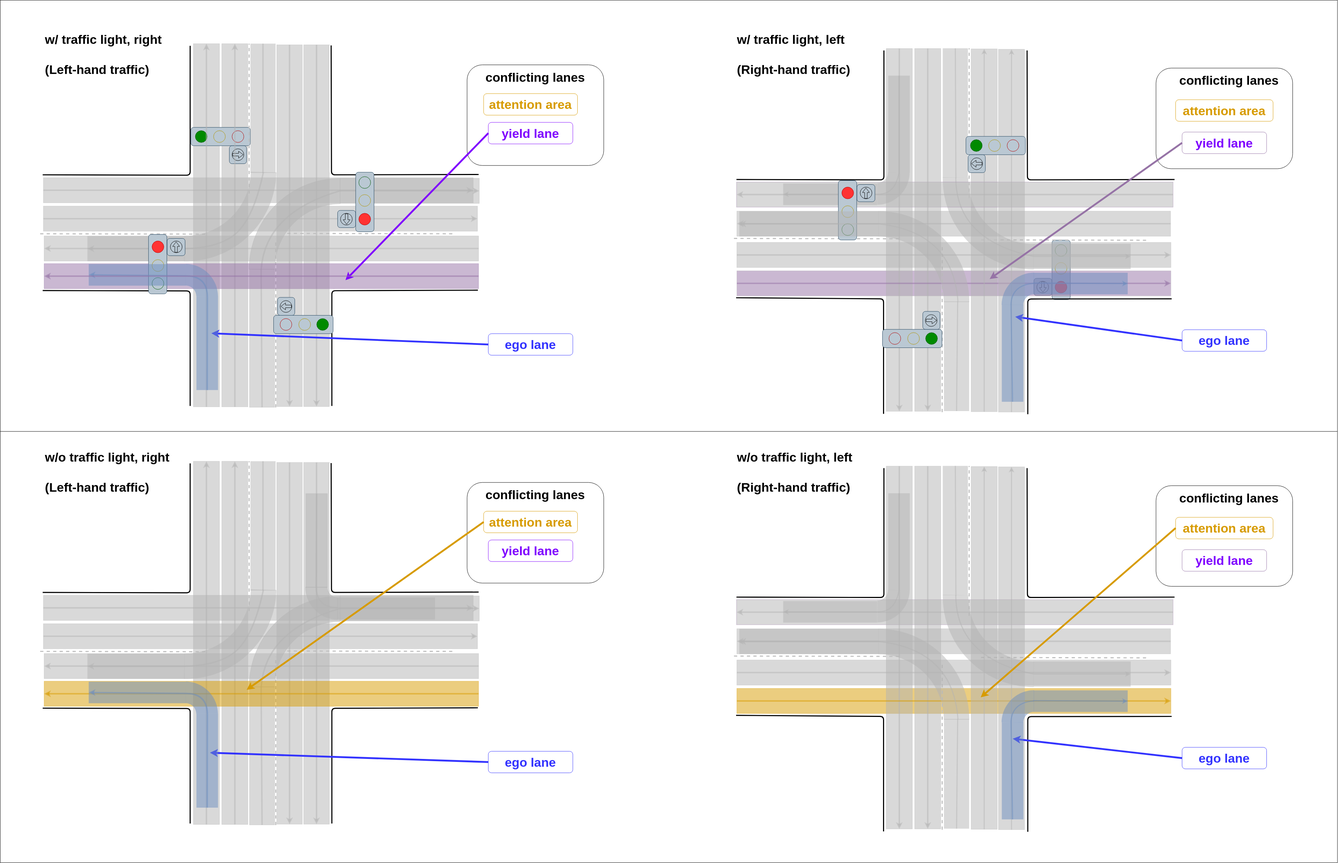
The draw.io diagram main/planning/behavior_velocity_intersection_module/docs/intersection-attention-ll-rr.drawio.svg in cyn-liu/autoware.universe, before a commit. Source tidied: cells renumbered, new cells last; positions are measured from the earlier drawing's top-left corner, leaving out a move shared by most shapes.
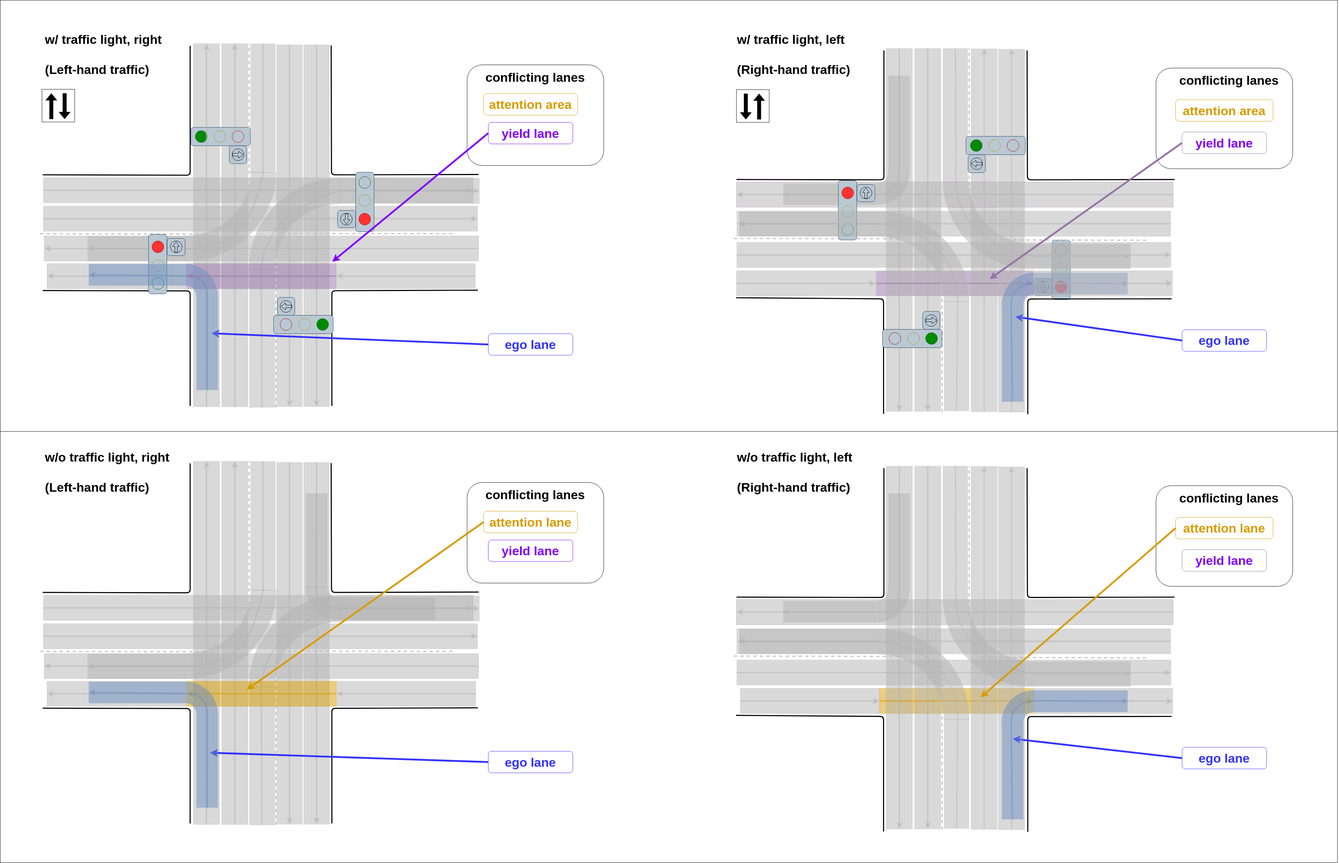
Later version of the same file.

What changed in the source:
```diff
@@ -2,11 +2,29 @@
   <root>
     <mxCell id="0" />
     <mxCell id="1" parent="0" />
+    <mxCell id="315" style="rounded=0;whiteSpace=wrap;html=1;fillColor=#B3B3B3;rotation=-180;strokeColor=#B3B3B3;opacity=50;direction=west;" parent="1" vertex="1">
+      <mxGeometry x="2873" y="1915" width="387" height="70" as="geometry" />
+    </mxCell>
+    <mxCell id="316" style="endArrow=classic;html=1;rounded=0;strokeColor=#B3B3B3;strokeWidth=4;opacity=50;entryX=1;entryY=0.5;entryDx=0;entryDy=0;endFill=1;exitX=0;exitY=0.5;exitDx=0;exitDy=0;" parent="1" edge="1" source="315" target="315">
+      <mxGeometry relative="1" as="geometry" />
+    </mxCell>
+    <mxCell id="317" style="rounded=0;whiteSpace=wrap;html=1;fillColor=#B3B3B3;rotation=-180;strokeColor=#B3B3B3;opacity=50;" parent="1" vertex="1">
+      <mxGeometry x="130" y="1895" width="387" height="70" as="geometry" />
+    </mxCell>
+    <mxCell id="318" style="endArrow=classic;html=1;rounded=0;strokeColor=#B3B3B3;strokeWidth=4;opacity=50;entryX=1;entryY=0.5;entryDx=0;entryDy=0;endFill=1;exitX=0;exitY=0.5;exitDx=0;exitDy=0;" parent="1" edge="1" source="317" target="317">
+      <mxGeometry relative="1" as="geometry" />
+    </mxCell>
+    <mxCell id="319" style="rounded=0;whiteSpace=wrap;html=1;fillColor=#B3B3B3;rotation=-180;strokeColor=#B3B3B3;opacity=50;" parent="1" vertex="1">
+      <mxGeometry x="130" y="733" width="387" height="70" as="geometry" />
+    </mxCell>
+    <mxCell id="320" style="endArrow=classic;html=1;rounded=0;strokeColor=#B3B3B3;strokeWidth=4;opacity=50;entryX=1;entryY=0.5;entryDx=0;entryDy=0;endFill=1;exitX=0;exitY=0.5;exitDx=0;exitDy=0;" parent="1" edge="1" source="319" target="319">
+      <mxGeometry relative="1" as="geometry" />
+    </mxCell>
     <mxCell id="2" style="rounded=0;whiteSpace=wrap;html=1;fillColor=none;" parent="1" vertex="1">
       <mxGeometry width="3718" height="2400" as="geometry" />
     </mxCell>
     <mxCell id="3" style="rounded=0;whiteSpace=wrap;html=1;fillColor=#D79B00;rotation=-180;strokeColor=#D79B00;opacity=50;direction=west;" parent="1" vertex="1">
-      <mxGeometry x="2048" y="1915" width="1207" height="69.9" as="geometry" />
+      <mxGeometry x="2445" y="1915" width="427" height="69.9" as="geometry" />
     </mxCell>
     <mxCell id="4" style="group;direction=west;rotation=90;" parent="1" vertex="1">
       <mxGeometry x="2841" y="699" width="165.6" height="102" as="geometry" />
@@ -64,7 +82,7 @@
       <mxGeometry relative="1" as="geometry" />
     </mxCell>
     <mxCell id="20" style="rounded=0;whiteSpace=wrap;html=1;fillColor=#9673A6;rotation=-180;strokeColor=#B3B3B3;opacity=50;direction=west;" parent="1" vertex="1">
-      <mxGeometry x="2048" y="753" width="1207" height="69.9" as="geometry" />
+      <mxGeometry x="2435" y="753" width="437" height="69.9" as="geometry" />
     </mxCell>
     <mxCell id="21" style="rounded=0;whiteSpace=wrap;html=1;fillColor=#B3B3B3;rotation=-90;fontColor=#333333;strokeColor=#B3B3B3;opacity=50;direction=west;" parent="1" vertex="1">
       <mxGeometry x="2231" y="604" width="1009.5" height="72.6" as="geometry" />
@@ -214,16 +232,6 @@
         </Array>
       </mxGeometry>
     </mxCell>
-    <mxCell id="56" style="endArrow=classic;html=1;dashed=1;edgeStyle=orthogonalEdgeStyle;elbow=vertical;strokeColor=none;rounded=0;" parent="1" edge="1">
-      <mxGeometry relative="1" as="geometry">
-        <mxPoint x="1328" y="660" as="sourcePoint" />
-        <mxPoint x="1568" y="670" as="targetPoint" />
-        <Array as="points">
-          <mxPoint x="1328" y="930" />
-          <mxPoint x="1568" y="930" />
-        </Array>
-      </mxGeometry>
-    </mxCell>
     <mxCell id="57" style="rounded=0;whiteSpace=wrap;html=1;fillColor=#B3B3B3;rotation=90;fontColor=#333333;strokeColor=#B3B3B3;opacity=50;" parent="1" vertex="1">
       <mxGeometry x="68" y="590" width="1010.5" height="72.6" as="geometry" />
     </mxCell>
@@ -300,7 +308,7 @@
       <mxGeometry x="120" y="573" width="1207" height="69.9" as="geometry" />
     </mxCell>
     <mxCell id="78" style="rounded=0;whiteSpace=wrap;html=1;fillColor=#9673A6;rotation=-180;strokeColor=#9673A6;opacity=50;" parent="1" vertex="1">
-      <mxGeometry x="122" y="733" width="1208" height="69.9" as="geometry" />
+      <mxGeometry x="518" y="733" width="416" height="69.9" as="geometry" />
     </mxCell>
     <mxCell id="79" style="group;" parent="1" vertex="1">
       <mxGeometry x="156" y="115" width="716.7" height="716.7" as="geometry" />
@@ -379,16 +387,6 @@
         </Array>
       </mxGeometry>
     </mxCell>
-    <mxCell id="94" style="endArrow=classic;html=1;dashed=1;edgeStyle=orthogonalEdgeStyle;elbow=vertical;strokeColor=none;rounded=0;" parent="1" edge="1">
-      <mxGeometry relative="1" as="geometry">
-        <mxPoint x="3257" y="392" as="sourcePoint" />
-        <mxPoint x="3497" y="402" as="targetPoint" />
-        <Array as="points">
-          <mxPoint x="3257" y="662" />
-          <mxPoint x="3497" y="662" />
-        </Array>
-      </mxGeometry>
-    </mxCell>
     <mxCell id="95" style="rounded=0;whiteSpace=wrap;html=1;fillColor=#B3B3B3;rotation=90;strokeColor=#B3B3B3;opacity=50;direction=west;" parent="1" vertex="1">
       <mxGeometry x="1995" y="603" width="1009.5" height="72.6" as="geometry" />
     </mxCell>
@@ -514,7 +512,7 @@
     </mxCell>
     <mxCell id="130" style="endArrow=classic;html=1;rounded=0;strokeColor=#7F00FF;strokeWidth=5;fontSize=35;fontColor=#7F00FF;exitX=0;exitY=0.5;exitDx=0;exitDy=0;" parent="1" edge="1" source="129">
       <mxGeometry relative="1" as="geometry">
-        <mxPoint x="960" y="779" as="targetPoint" />
+        <mxPoint x="923" y="728" as="targetPoint" />
       </mxGeometry>
     </mxCell>
     <mxCell id="131" value="&lt;b style=&quot;&quot;&gt;attention area&lt;/b&gt;" style="rounded=1;whiteSpace=wrap;html=1;labelBackgroundColor=#FFFFFF;strokeColor=#D79B00;fontSize=35;fontColor=#D79B00;fillColor=none;" parent="1" vertex="1">
@@ -752,16 +750,6 @@
         </Array>
       </mxGeometry>
     </mxCell>
-    <mxCell id="194" style="endArrow=classic;html=1;dashed=1;edgeStyle=orthogonalEdgeStyle;elbow=vertical;strokeColor=none;rounded=0;" parent="1" edge="1">
-      <mxGeometry relative="1" as="geometry">
-        <mxPoint x="1328" y="1822" as="sourcePoint" />
-        <mxPoint x="1568" y="1832" as="targetPoint" />
-        <Array as="points">
-          <mxPoint x="1328" y="2092" />
-          <mxPoint x="1568" y="2092" />
-        </Array>
-      </mxGeometry>
-    </mxCell>
     <mxCell id="195" style="rounded=0;whiteSpace=wrap;html=1;fillColor=#B3B3B3;rotation=90;fontColor=#333333;strokeColor=#B3B3B3;opacity=50;" parent="1" vertex="1">
       <mxGeometry x="68" y="1752" width="1010.5" height="72.6" as="geometry" />
     </mxCell>
@@ -811,7 +799,7 @@
       <mxGeometry x="120" y="1735" width="1207" height="69.9" as="geometry" />
     </mxCell>
     <mxCell id="208" style="rounded=0;whiteSpace=wrap;html=1;fillColor=#D79B00;rotation=-180;strokeColor=#D79B00;opacity=50;" parent="1" vertex="1">
-      <mxGeometry x="122" y="1895" width="1208" height="69.9" as="geometry" />
+      <mxGeometry x="518" y="1895" width="416" height="69.9" as="geometry" />
     </mxCell>
     <mxCell id="209" style="endArrow=classic;html=1;rounded=0;strokeColor=#D79B00;strokeWidth=4;opacity=50;exitX=0;exitY=0.5;exitDx=0;exitDy=0;entryX=1;entryY=0.5;entryDx=0;entryDy=0;" parent="1" edge="1" source="208" target="208">
       <mxGeometry relative="1" as="geometry" />
@@ -893,16 +881,6 @@
         </Array>
       </mxGeometry>
     </mxCell>
-    <mxCell id="225" style="endArrow=classic;html=1;dashed=1;edgeStyle=orthogonalEdgeStyle;elbow=vertical;strokeColor=none;rounded=0;" parent="1" edge="1">
-      <mxGeometry relative="1" as="geometry">
-        <mxPoint x="3257" y="1554" as="sourcePoint" />
-        <mxPoint x="3497" y="1564" as="targetPoint" />
-        <Array as="points">
-          <mxPoint x="3257" y="1824" />
-          <mxPoint x="3497" y="1824" />
-        </Array>
-      </mxGeometry>
-    </mxCell>
     <mxCell id="226" style="rounded=0;whiteSpace=wrap;html=1;fillColor=#B3B3B3;rotation=90;strokeColor=#B3B3B3;opacity=50;direction=west;" parent="1" vertex="1">
       <mxGeometry x="1995" y="1765" width="1009.5" height="72.6" as="geometry" />
     </mxCell>
@@ -999,7 +977,7 @@
     <mxCell id="252" value="&lt;b style=&quot;&quot;&gt;&lt;font color=&quot;#7f00ff&quot;&gt;yield lane&lt;/font&gt;&lt;/b&gt;" style="rounded=1;whiteSpace=wrap;html=1;labelBackgroundColor=#FFFFFF;strokeColor=#7F00FF;fontSize=35;fontColor=#D79B00;fillColor=none;" parent="1" vertex="1">
       <mxGeometry x="1357" y="1502" width="235" height="60" as="geometry" />
     </mxCell>
-    <mxCell id="253" value="&lt;b style=&quot;&quot;&gt;attention area&lt;/b&gt;" style="rounded=1;whiteSpace=wrap;html=1;labelBackgroundColor=#FFFFFF;strokeColor=#D79B00;fontSize=35;fontColor=#D79B00;fillColor=none;" parent="1" vertex="1">
+    <mxCell id="253" value="&lt;b style=&quot;&quot;&gt;attention lane&lt;/b&gt;" style="rounded=1;whiteSpace=wrap;html=1;labelBackgroundColor=#FFFFFF;strokeColor=#D79B00;fontSize=35;fontColor=#D79B00;fillColor=none;" parent="1" vertex="1">
       <mxGeometry x="1344" y="1422" width="261" height="60" as="geometry" />
     </mxCell>
     <mxCell id="254" style="endArrow=classic;html=1;rounded=0;strokeColor=#D79B00;strokeWidth=5;fontSize=35;fontColor=#D79B00;exitX=0;exitY=0.5;exitDx=0;exitDy=0;" parent="1" edge="1" source="253">
@@ -1044,7 +1022,7 @@
     <mxCell id="265" value="&lt;b style=&quot;&quot;&gt;&lt;font color=&quot;#7f00ff&quot;&gt;yield lane&lt;/font&gt;&lt;/b&gt;" style="rounded=1;whiteSpace=wrap;html=1;labelBackgroundColor=#FFFFFF;strokeColor=#9673A6;fontSize=35;fontColor=#D79B00;fillColor=none;" parent="1" vertex="1">
       <mxGeometry x="3286" y="1529" width="235" height="60" as="geometry" />
     </mxCell>
-    <mxCell id="266" value="&lt;b style=&quot;&quot;&gt;attention area&lt;/b&gt;" style="rounded=1;whiteSpace=wrap;html=1;labelBackgroundColor=#FFFFFF;strokeColor=#D79B00;fontSize=35;fontColor=#D79B00;fillColor=none;" parent="1" vertex="1">
+    <mxCell id="266" value="&lt;b style=&quot;&quot;&gt;attention lane&lt;/b&gt;" style="rounded=1;whiteSpace=wrap;html=1;labelBackgroundColor=#FFFFFF;strokeColor=#D79B00;fontSize=35;fontColor=#D79B00;fillColor=none;" parent="1" vertex="1">
       <mxGeometry x="3268" y="1439" width="271" height="60" as="geometry" />
     </mxCell>
     <mxCell id="267" style="endArrow=classic;html=1;rounded=0;strokeColor=#3333FF;fontSize=35;fontColor=#3333FF;exitX=0;exitY=0.5;exitDx=0;exitDy=0;strokeWidth=5;" parent="1" edge="1" source="263">
@@ -1237,5 +1215,65 @@
     <mxCell id="314" style="endArrow=none;html=1;rounded=0;exitX=0;exitY=0.5;exitDx=0;exitDy=0;entryX=1;entryY=0.5;entryDx=0;entryDy=0;" parent="1" edge="1" source="2" target="2">
       <mxGeometry relative="1" as="geometry" />
     </mxCell>
+    <mxCell id="321" style="rounded=0;whiteSpace=wrap;html=1;fillColor=#B3B3B3;rotation=-180;strokeColor=#B3B3B3;opacity=50;" parent="1" vertex="1">
+      <mxGeometry x="934" y="733" width="387" height="70" as="geometry" />
+    </mxCell>
+    <mxCell id="322" style="endArrow=classic;html=1;rounded=0;strokeColor=#B3B3B3;strokeWidth=4;opacity=50;entryX=1;entryY=0.5;entryDx=0;entryDy=0;endFill=1;exitX=0;exitY=0.5;exitDx=0;exitDy=0;" parent="1" edge="1" source="321" target="321">
+      <mxGeometry relative="1" as="geometry" />
+    </mxCell>
+    <mxCell id="323" style="rounded=0;whiteSpace=wrap;html=1;fillColor=#B3B3B3;rotation=-180;strokeColor=#B3B3B3;opacity=50;direction=west;" parent="1" vertex="1">
+      <mxGeometry x="2047" y="753" width="387" height="70" as="geometry" />
+    </mxCell>
+    <mxCell id="324" style="endArrow=classic;html=1;rounded=0;strokeColor=#B3B3B3;strokeWidth=4;opacity=50;entryX=1;entryY=0.5;entryDx=0;entryDy=0;endFill=1;exitX=0;exitY=0.5;exitDx=0;exitDy=0;" parent="1" edge="1" source="323" target="323">
+      <mxGeometry relative="1" as="geometry" />
+    </mxCell>
+    <mxCell id="325" style="rounded=0;whiteSpace=wrap;html=1;fillColor=#B3B3B3;rotation=-180;strokeColor=#B3B3B3;opacity=50;direction=west;" parent="1" vertex="1">
+      <mxGeometry x="2872" y="753" width="387" height="70" as="geometry" />
+    </mxCell>
+    <mxCell id="326" style="endArrow=classic;html=1;rounded=0;strokeColor=#B3B3B3;strokeWidth=4;opacity=50;entryX=1;entryY=0.5;entryDx=0;entryDy=0;endFill=1;exitX=0;exitY=0.5;exitDx=0;exitDy=0;" parent="1" edge="1" source="325" target="325">
+      <mxGeometry relative="1" as="geometry" />
+    </mxCell>
+    <mxCell id="327" style="rounded=0;whiteSpace=wrap;html=1;fillColor=#B3B3B3;rotation=-180;strokeColor=#B3B3B3;opacity=50;" parent="1" vertex="1">
+      <mxGeometry x="935" y="1895" width="387" height="70" as="geometry" />
+    </mxCell>
+    <mxCell id="328" style="endArrow=classic;html=1;rounded=0;strokeColor=#B3B3B3;strokeWidth=4;opacity=50;entryX=1;entryY=0.5;entryDx=0;entryDy=0;endFill=1;exitX=0;exitY=0.5;exitDx=0;exitDy=0;" parent="1" edge="1" source="327" target="327">
+      <mxGeometry relative="1" as="geometry" />
+    </mxCell>
+    <mxCell id="329" style="rounded=0;whiteSpace=wrap;html=1;fillColor=#B3B3B3;rotation=-180;strokeColor=#B3B3B3;opacity=50;direction=west;" parent="1" vertex="1">
+      <mxGeometry x="2058" y="1915" width="387" height="70" as="geometry" />
+    </mxCell>
+    <mxCell id="330" style="endArrow=classic;html=1;rounded=0;strokeColor=#B3B3B3;strokeWidth=4;opacity=50;entryX=1;entryY=0.5;entryDx=0;entryDy=0;endFill=1;exitX=0;exitY=0.5;exitDx=0;exitDy=0;" parent="1" edge="1" source="329" target="329">
+      <mxGeometry relative="1" as="geometry" />
+    </mxCell>
+    <mxCell id="331" style="whiteSpace=wrap;html=1;" parent="1" vertex="1">
+      <mxGeometry x="116" y="248" width="91" height="91" as="geometry" />
+    </mxCell>
+    <mxCell id="332" style="shape=flexArrow;endArrow=classic;html=1;rounded=0;fillColor=#000000;" parent="1" edge="1">
+      <mxGeometry relative="1" as="geometry">
+        <mxPoint x="142" y="331" as="sourcePoint" />
+        <mxPoint x="142" y="259" as="targetPoint" />
+      </mxGeometry>
+    </mxCell>
+    <mxCell id="333" style="shape=flexArrow;endArrow=classic;html=1;rounded=1;strokeColor=#000000;fillColor=#000000;" parent="1" edge="1">
+      <mxGeometry relative="1" as="geometry">
+        <mxPoint x="179" y="259" as="sourcePoint" />
+        <mxPoint x="179" y="331" as="targetPoint" />
+      </mxGeometry>
+    </mxCell>
+    <mxCell id="334" style="whiteSpace=wrap;html=1;" parent="1" vertex="1">
+      <mxGeometry x="2047" y="249" width="91" height="91" as="geometry" />
+    </mxCell>
+    <mxCell id="335" style="shape=flexArrow;endArrow=classic;html=1;rounded=0;fillColor=#000000;" parent="1" edge="1">
+      <mxGeometry relative="1" as="geometry">
+        <mxPoint x="2073" y="260" as="sourcePoint" />
+        <mxPoint x="2073" y="332" as="targetPoint" />
+      </mxGeometry>
+    </mxCell>
+    <mxCell id="336" style="shape=flexArrow;endArrow=classic;html=1;rounded=1;strokeColor=#000000;fillColor=#000000;" parent="1" edge="1">
+      <mxGeometry relative="1" as="geometry">
+        <mxPoint x="2110" y="332" as="sourcePoint" />
+        <mxPoint x="2110" y="260" as="targetPoint" />
+      </mxGeometry>
+    </mxCell>
   </root>
 </mxGraphModel>
```
